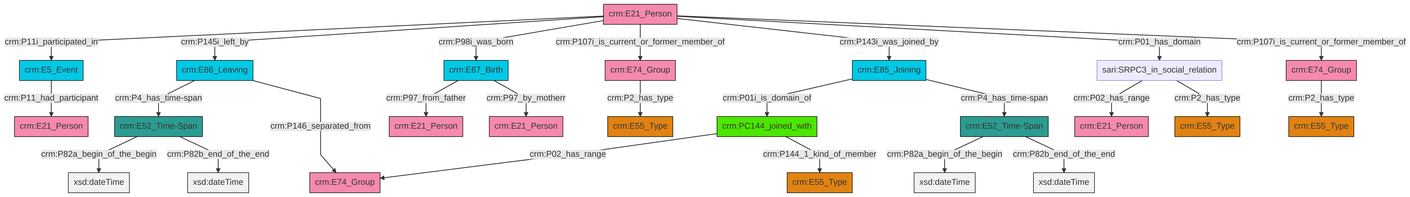
Before: et/personCSV/ttl/mmd/png/Person_Actor_Relations.png, a diagram exported from Mermaid (swiss-art-research-net/docs.swissartresearch). Its source is kept beside it as et/personCSV/ttl/mmd/Person_Actor_Relations.ttl.mmd.
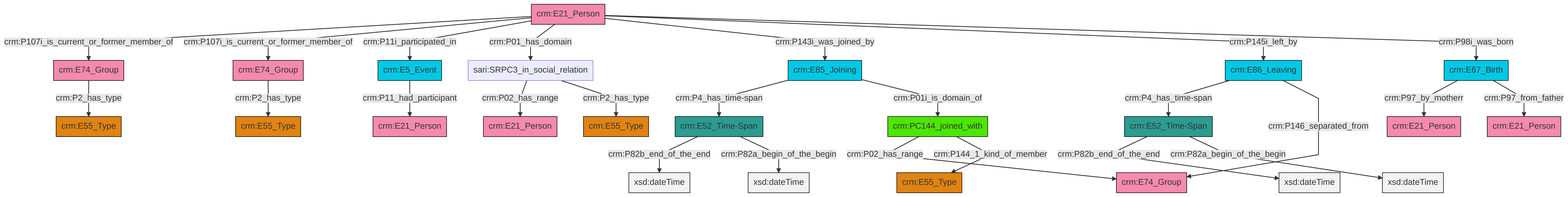
Above is the later version.

Diff of the diagram source:
```diff
@@ -13,27 +13,27 @@
 classDef PC_Classes fill:#4ce600, stroke:#000000;
 classDef Multi fill:#cccccc,stroke:#000000;
 
-0["crm:E21_Person"]:::Actor -->|crm:P11i_participated_in| 1["crm:E5_Event"]:::Temporal_Entity
-0["crm:E21_Person"]:::Actor -->|crm:P145i_left_by| 15["crm:E86_Leaving"]:::Temporal_Entity
-1["crm:E5_Event"]:::Temporal_Entity -->|crm:P11_had_participant| 4["crm:E21_Person"]:::Actor
-0["crm:E21_Person"]:::Actor -->|crm:P98i_was_born| 20["crm:E67_Birth"]:::Temporal_Entity
-20["crm:E67_Birth"]:::Temporal_Entity -->|crm:P97_from_father| 21["crm:E21_Person"]:::Actor
-26["crm:PC144_joined_with"]:::PC_Classes -->|crm:P02_has_range| 27["crm:E74_Group"]:::Actor
-26["crm:PC144_joined_with"]:::PC_Classes -->|crm:P144_1_kind_of_member| 6["crm:E55_Type"]:::Type
-20["crm:E67_Birth"]:::Temporal_Entity -->|crm:P97_by_motherr| 30["crm:E21_Person"]:::Actor
-2["sari:SRPC3_in_social_relation"]:::Default -->|crm:P02_has_range| 9["crm:E21_Person"]:::Actor
-11["crm:E52_Time-Span"]:::Time-Span -->|crm:P82a_begin_of_the_begin| 31[xsd:dateTime]:::Literal
-28["crm:E85_Joining"]:::Temporal_Entity -->|crm:P01i_is_domain_of| 26["crm:PC144_joined_with"]:::PC_Classes
-32["crm:E74_Group"]:::Actor -->|crm:P2_has_type| 18["crm:E55_Type"]:::Type
-13["crm:E52_Time-Span"]:::Time-Span -->|crm:P82a_begin_of_the_begin| 34[xsd:dateTime]:::Literal
-13["crm:E52_Time-Span"]:::Time-Span -->|crm:P82b_end_of_the_end| 35[xsd:dateTime]:::Literal
-22["crm:E74_Group"]:::Actor -->|crm:P2_has_type| 24["crm:E55_Type"]:::Type
-28["crm:E85_Joining"]:::Temporal_Entity -->|crm:P4_has_time-span| 11["crm:E52_Time-Span"]:::Time-Span
-0["crm:E21_Person"]:::Actor -->|crm:P107i_is_current_or_former_member_of| 22["crm:E74_Group"]:::Actor
-0["crm:E21_Person"]:::Actor -->|crm:P143i_was_joined_by| 28["crm:E85_Joining"]:::Temporal_Entity
-11["crm:E52_Time-Span"]:::Time-Span -->|crm:P82b_end_of_the_end| 41[xsd:dateTime]:::Literal
-0["crm:E21_Person"]:::Actor -->|crm:P01_has_domain| 2["sari:SRPC3_in_social_relation"]:::Default
-15["crm:E86_Leaving"]:::Temporal_Entity -->|crm:P4_has_time-span| 13["crm:E52_Time-Span"]:::Time-Span
-15["crm:E86_Leaving"]:::Temporal_Entity -->|crm:P146_separated_from| 27["crm:E74_Group"]:::Actor
-2["sari:SRPC3_in_social_relation"]:::Default -->|crm:P2_has_type| 43["crm:E55_Type"]:::Type
-0["crm:E21_Person"]:::Actor -->|crm:P107i_is_current_or_former_member_of| 32["crm:E74_Group"]:::Actor
+2["crm:E74_Group"]:::Actor -->|crm:P2_has_type| 3["crm:E55_Type"]:::Type
+4["crm:E86_Leaving"]:::Temporal_Entity -->|crm:P4_has_time-span| 5["crm:E52_Time-Span"]:::Time-Span
+6["crm:PC144_joined_with"]:::PC_Classes -->|crm:P02_has_range| 7["crm:E74_Group"]:::Actor
+8["crm:E52_Time-Span"]:::Time-Span -->|crm:P82b_end_of_the_end| 10[xsd:dateTime]:::Literal
+11["crm:E67_Birth"]:::Temporal_Entity -->|crm:P97_by_motherr| 12["crm:E21_Person"]:::Actor
+5["crm:E52_Time-Span"]:::Time-Span -->|crm:P82b_end_of_the_end| 13[xsd:dateTime]:::Literal
+17["crm:E21_Person"]:::Actor -->|crm:P107i_is_current_or_former_member_of| 18["crm:E74_Group"]:::Actor
+17["crm:E21_Person"]:::Actor -->|crm:P107i_is_current_or_former_member_of| 2["crm:E74_Group"]:::Actor
+0["crm:E85_Joining"]:::Temporal_Entity -->|crm:P4_has_time-span| 8["crm:E52_Time-Span"]:::Time-Span
+30["sari:SRPC3_in_social_relation"]:::Default -->|crm:P02_has_range| 31["crm:E21_Person"]:::Actor
+17["crm:E21_Person"]:::Actor -->|crm:P11i_participated_in| 27["crm:E5_Event"]:::Temporal_Entity
+17["crm:E21_Person"]:::Actor -->|crm:P01_has_domain| 30["sari:SRPC3_in_social_relation"]:::Default
+4["crm:E86_Leaving"]:::Temporal_Entity -->|crm:P146_separated_from| 7["crm:E74_Group"]:::Actor
+8["crm:E52_Time-Span"]:::Time-Span -->|crm:P82a_begin_of_the_begin| 33[xsd:dateTime]:::Literal
+30["sari:SRPC3_in_social_relation"]:::Default -->|crm:P2_has_type| 34["crm:E55_Type"]:::Type
+5["crm:E52_Time-Span"]:::Time-Span -->|crm:P82a_begin_of_the_begin| 37[xsd:dateTime]:::Literal
+11["crm:E67_Birth"]:::Temporal_Entity -->|crm:P97_from_father| 38["crm:E21_Person"]:::Actor
+17["crm:E21_Person"]:::Actor -->|crm:P143i_was_joined_by| 0["crm:E85_Joining"]:::Temporal_Entity
+6["crm:PC144_joined_with"]:::PC_Classes -->|crm:P144_1_kind_of_member| 22["crm:E55_Type"]:::Type
+18["crm:E74_Group"]:::Actor -->|crm:P2_has_type| 15["crm:E55_Type"]:::Type
+17["crm:E21_Person"]:::Actor -->|crm:P145i_left_by| 4["crm:E86_Leaving"]:::Temporal_Entity
+17["crm:E21_Person"]:::Actor -->|crm:P98i_was_born| 11["crm:E67_Birth"]:::Temporal_Entity
+27["crm:E5_Event"]:::Temporal_Entity -->|crm:P11_had_participant| 25["crm:E21_Person"]:::Actor
+0["crm:E85_Joining"]:::Temporal_Entity -->|crm:P01i_is_domain_of| 6["crm:PC144_joined_with"]:::PC_Classes
```
